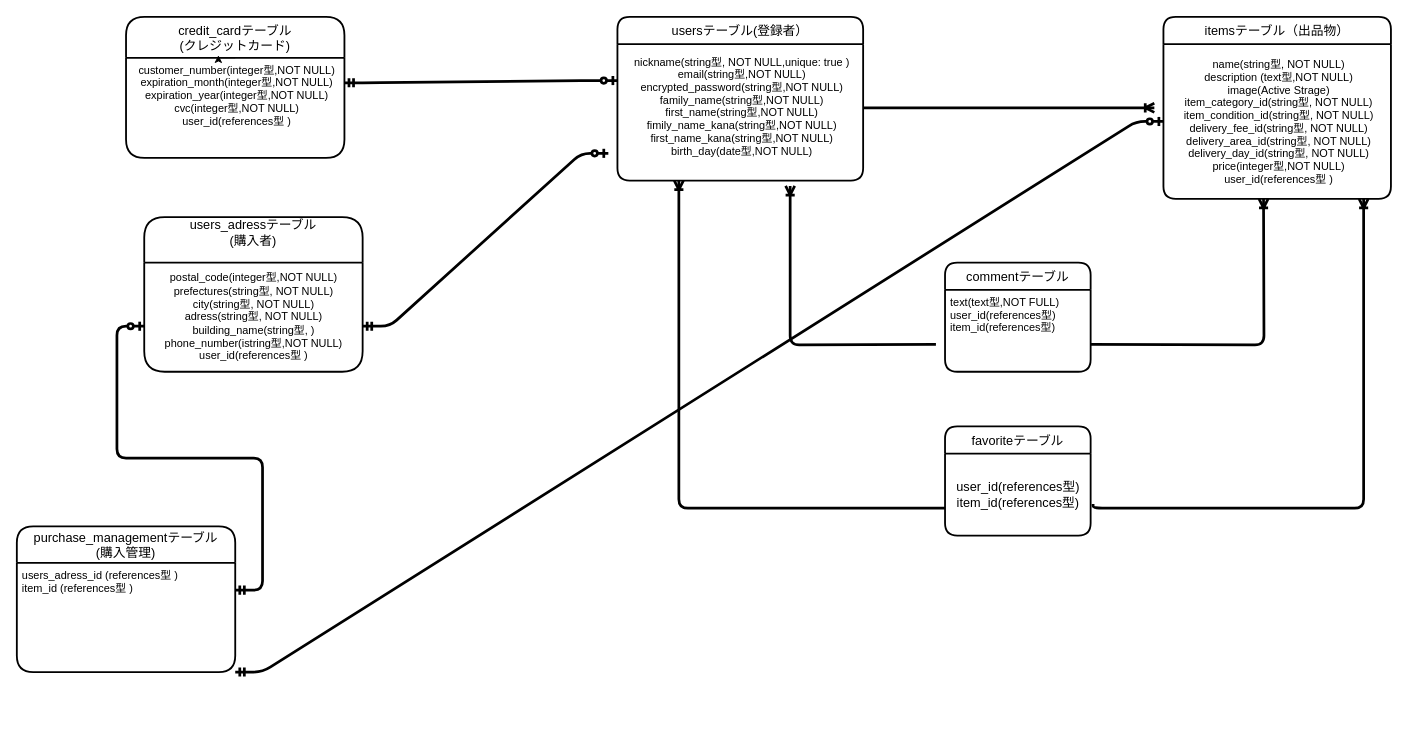
JunOno09/furima-32508 keeps this draw.io diagram as test.dio. Above is the earlier version. Source tidied: cells renumbered, new cells numbered last; positions are measured from the earlier drawing's top-left corner, leaving out a move shared by most shapes. Both pictures are drawn from the tidied source at 91%, with x=0, y=0 at pixel (16, 16).
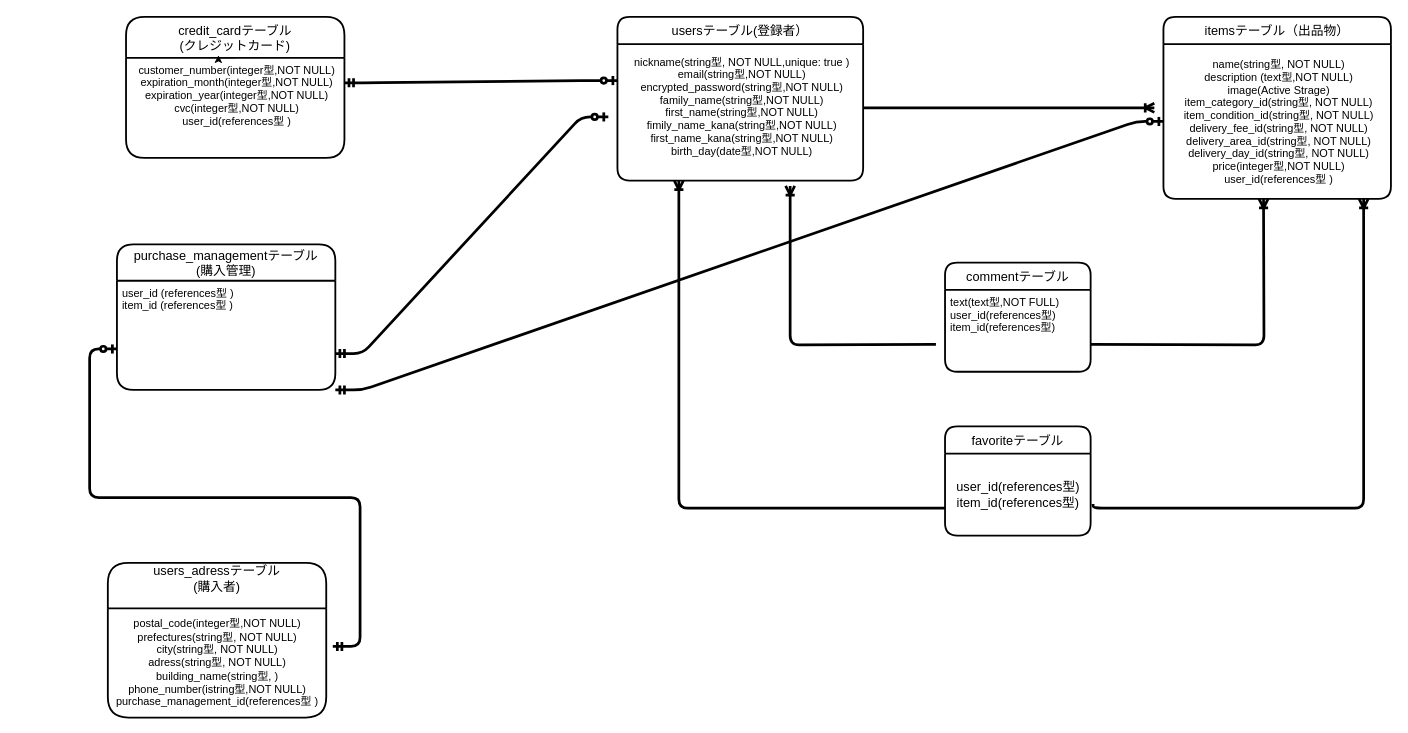
After the change.

Commit message (it also covers changes not shown here):
READMEのアソシエーション

Change to the diagram source:
```diff
@@
     <mxCell id="2" value="users_adressテーブル&#10;(購入者)&#10;" style="swimlane;horizontal=1;startSize=50;rounded=1;fontSize=14;fontStyle=0;strokeWidth=2;shadow=0;dashed=0;align=center;" parent="1" vertex="1">
-      <mxGeometry x="140" y="220" width="240" height="170" as="geometry" />
+      <mxGeometry x="100" y="600" width="240" height="170" as="geometry" />
     </mxCell>
-    <mxCell id="3" value="&lt;span&gt;postal_code(integer型,NOT NULL)&lt;/span&gt;&lt;br&gt;&lt;span&gt;prefectures(string型, NOT NULL)&lt;/span&gt;&lt;br&gt;&lt;span&gt;city(string型, NOT NULL)&lt;/span&gt;&lt;br&gt;&lt;span&gt;adress(string型, NOT NULL)&lt;/span&gt;&lt;br&gt;&lt;span&gt;building_name(string型, )&lt;/span&gt;&lt;br&gt;&lt;span&gt;phone_number(istring型,NOT NULL)&lt;br&gt;user_id&lt;/span&gt;&lt;span style=&quot;text-align: left&quot;&gt;(references型 )&lt;/span&gt;&lt;span&gt;&lt;br&gt;&lt;/span&gt;" style="text;html=1;align=center;verticalAlign=middle;points=[];" parent="2" vertex="1">
+    <mxCell id="3" value="&lt;span&gt;postal_code(integer型,NOT NULL)&lt;/span&gt;&lt;br&gt;&lt;span&gt;prefectures(string型, NOT NULL)&lt;/span&gt;&lt;br&gt;&lt;span&gt;city(string型, NOT NULL)&lt;/span&gt;&lt;br&gt;&lt;span&gt;adress(string型, NOT NULL)&lt;/span&gt;&lt;br&gt;&lt;span&gt;building_name(string型, )&lt;/span&gt;&lt;br&gt;&lt;span&gt;phone_number(istring型,NOT NULL)&lt;br&gt;purchase_management_id&lt;/span&gt;&lt;span style=&quot;text-align: left&quot;&gt;(references型 )&lt;/span&gt;&lt;span&gt;&lt;br&gt;&lt;/span&gt;" style="text;html=1;align=center;verticalAlign=middle;points=[];" parent="2" vertex="1">
       <mxGeometry y="50" width="240" height="120" as="geometry" />
     </mxCell>
@@
-    <mxCell id="13" style="edgeStyle=entityRelationEdgeStyle;fontSize=12;html=1;endArrow=ERzeroToOne;startArrow=ERmandOne;strokeWidth=3;" parent="1" edge="1">
-      <mxGeometry relative="1" as="geometry">
-        <mxPoint x="380" y="340" as="sourcePoint" />
-        <mxPoint x="650" y="150" as="targetPoint" />
-      </mxGeometry>
-    </mxCell>
@@
     <mxCell id="23" value="purchase_managementテーブル&#10;(購入管理)" style="swimlane;horizontal=1;startSize=40;rounded=1;fontSize=14;fontStyle=0;strokeWidth=2;shadow=0;dashed=0;align=center;" parent="1" vertex="1">
-      <mxGeometry y="560" width="240" height="160" as="geometry" />
+      <mxGeometry x="110" y="250" width="240" height="160" as="geometry" />
     </mxCell>
-    <mxCell id="24" value="users_adress_id (references型 )&#10;item_id (references型 )" style="align=left;strokeColor=none;fillColor=none;spacingLeft=4;fontSize=12;verticalAlign=top;" parent="23" vertex="1">
+    <mxCell id="24" value="user_id (references型 )&#10;item_id (references型 )" style="align=left;strokeColor=none;fillColor=none;spacingLeft=4;fontSize=12;verticalAlign=top;" parent="23" vertex="1">
       <mxGeometry y="40" width="240" height="120" as="geometry" />
     </mxCell>
-    <mxCell id="25" style="edgeStyle=entityRelationEdgeStyle;fontSize=12;html=1;endArrow=ERzeroToOne;startArrow=ERmandOne;strokeWidth=3;" parent="1" edge="1">
+    <mxCell id="25" style="edgeStyle=entityRelationEdgeStyle;fontSize=12;html=1;endArrow=ERzeroToOne;startArrow=ERmandOne;strokeWidth=3;exitX=1.03;exitY=0.349;exitDx=0;exitDy=0;exitPerimeter=0;" parent="1" edge="1" source="3">
       <mxGeometry relative="1" as="geometry">
-        <mxPoint x="240" y="630" as="sourcePoint" />
-        <mxPoint x="140" y="340" as="targetPoint" />
+        <mxPoint x="110" y="365" as="targetPoint" />
       </mxGeometry>
     </mxCell>
@@
+    <mxCell id="27" style="edgeStyle=entityRelationEdgeStyle;fontSize=12;html=1;endArrow=ERzeroToOne;startArrow=ERmandOne;strokeWidth=3;" parent="1" edge="1">
+      <mxGeometry relative="1" as="geometry">
+        <mxPoint x="350" y="370" as="sourcePoint" />
+        <mxPoint x="650" y="110" as="targetPoint" />
+      </mxGeometry>
+    </mxCell>
```
